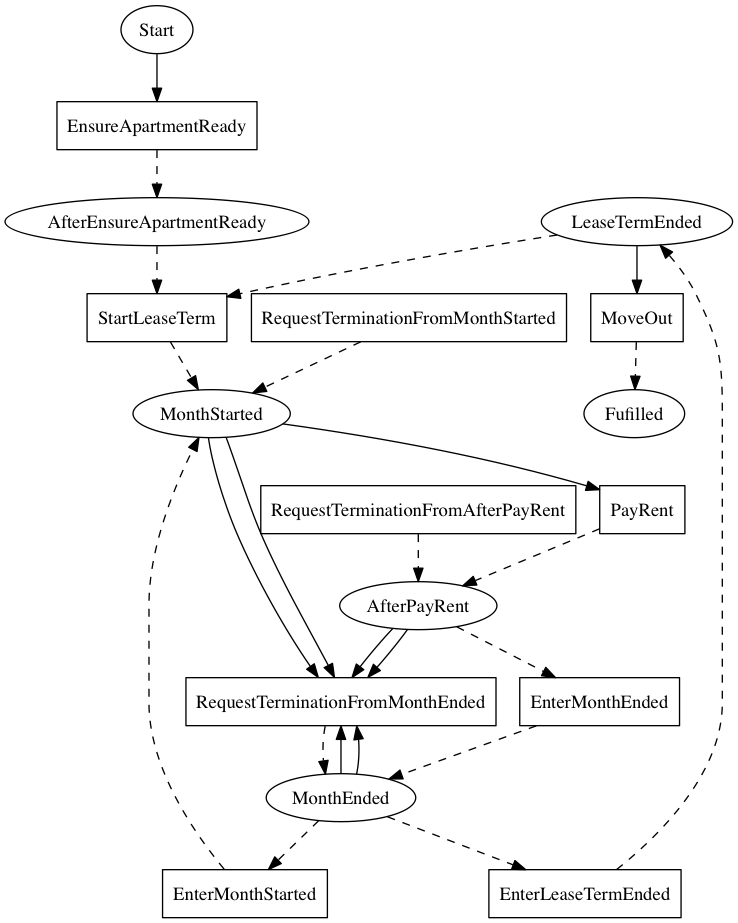
Before: linear_state_machine_language/pyL4/examples_graphviz_gen/from_academic_lit/hvitved_lease.png, a diagram exported from Graphviz (Marcao02/complaw-deeptech). Its source is kept beside it as linear_state_machine_language/pyL4/examples_graphviz_gen/from_academic_lit/hvitved_lease.dot.
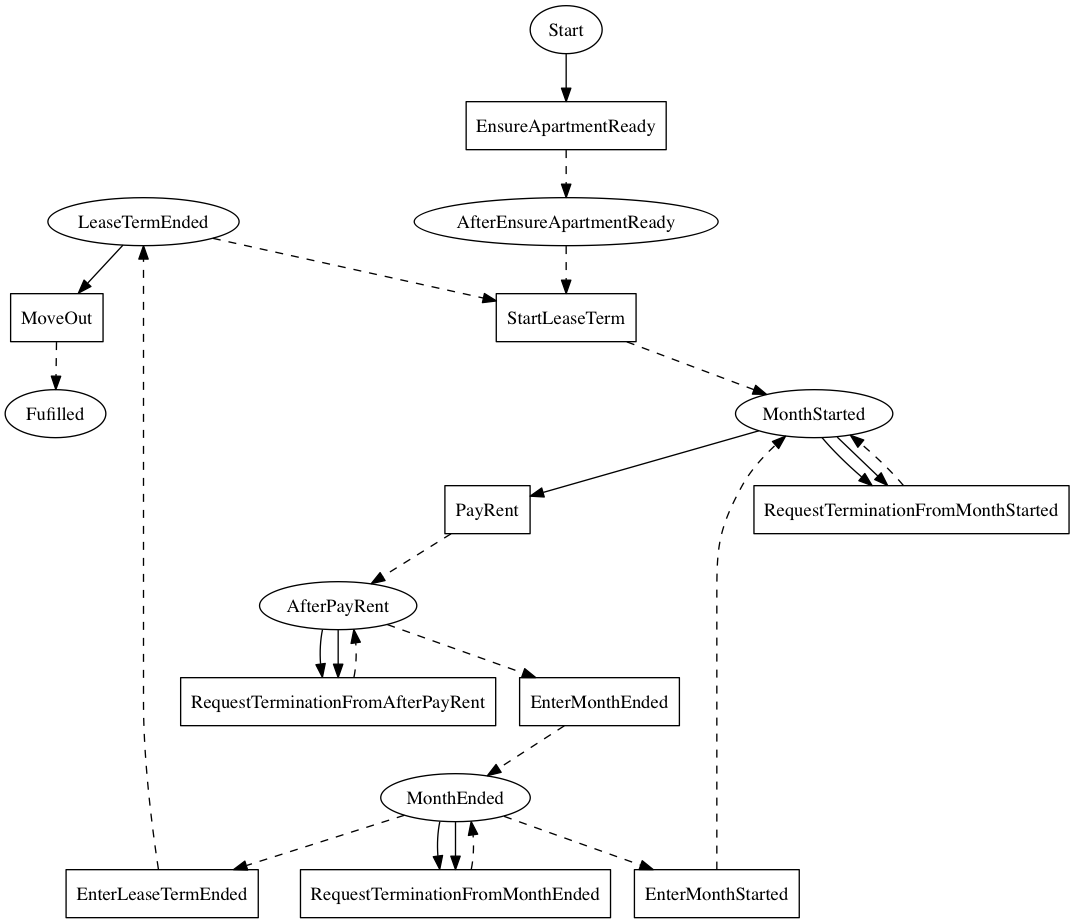
The same diagram one commit later.

Commit message:
bug in hvitved lease example

What changed in the source:
```diff
@@ -25,11 +25,11 @@
     Start -> EnsureApartmentReady;
 	AfterEnsureApartmentReady -> StartLeaseTerm [style=dashed];
 	MonthStarted -> PayRent;
-	MonthStarted -> RequestTerminationFromMonthEnded;
-	MonthStarted -> RequestTerminationFromMonthEnded;
+	MonthStarted -> RequestTerminationFromMonthStarted;
+	MonthStarted -> RequestTerminationFromMonthStarted;
 	AfterPayRent -> EnterMonthEnded [style=dashed];
-	AfterPayRent -> RequestTerminationFromMonthEnded;
-	AfterPayRent -> RequestTerminationFromMonthEnded;
+	AfterPayRent -> RequestTerminationFromAfterPayRent;
+	AfterPayRent -> RequestTerminationFromAfterPayRent;
 	MonthEnded -> EnterLeaseTermEnded [style=dashed];
 	MonthEnded -> EnterMonthStarted [style=dashed];
 	MonthEnded -> RequestTerminationFromMonthEnded;
```
